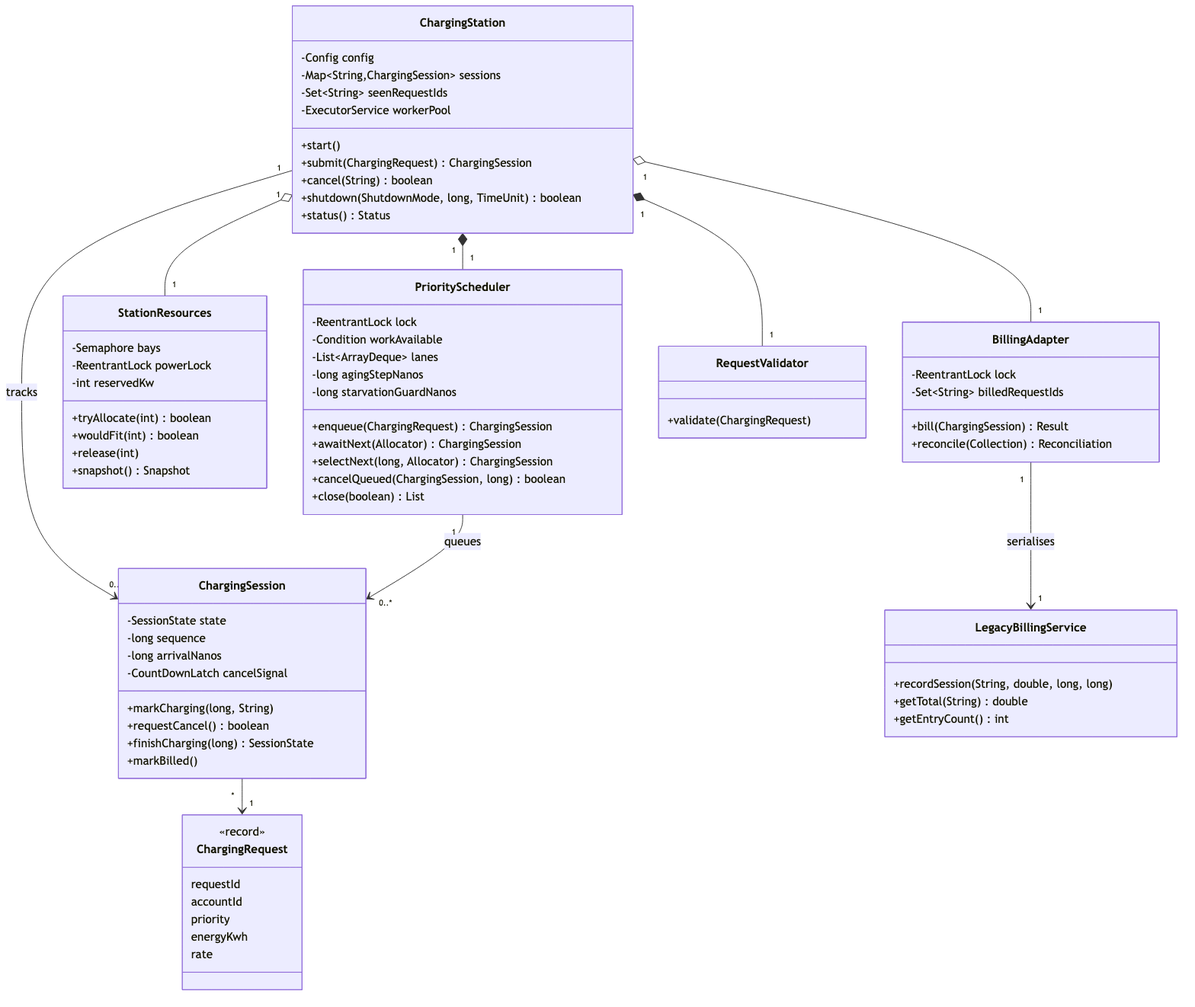
Above: docs/diagrams/class-diagram.png in ruchiranagare09/smartcharge (Mermaid), before the change. Its source is kept beside it as docs/diagrams/class-diagram.mmd.
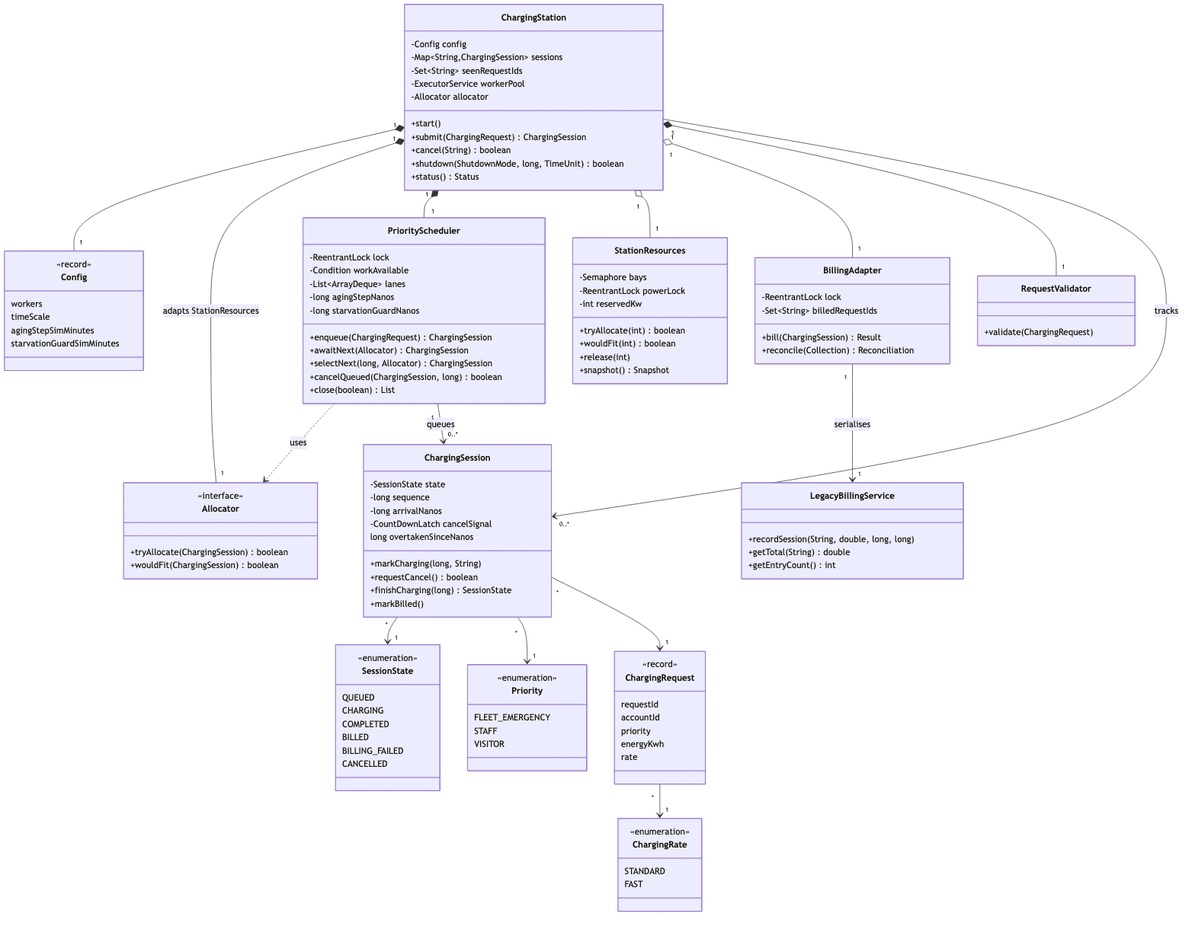
After the commit.

Commit message:
Complete UML models: Allocator/Config/enums in class diagram, cancel and billing-failure paths in sequence, include stereotype; trace contract violations to tests

Diff of the diagram source:
```diff
@@ -4,6 +4,7 @@
       -Map~String,ChargingSession~ sessions
       -Set~String~ seenRequestIds
       -ExecutorService workerPool
+      -Allocator allocator
       +start()
       +submit(ChargingRequest) ChargingSession
       +cancel(String) boolean
@@ -36,6 +37,7 @@
       -long sequence
       -long arrivalNanos
       -CountDownLatch cancelSignal
+      long overtakenSinceNanos
       +markCharging(long, String)
       +requestCancel() boolean
       +finishCharging(long) SessionState
@@ -63,6 +65,44 @@
     class RequestValidator {
       +validate(ChargingRequest)
     }
+    class Allocator {
+      <<interface>>
+      +tryAllocate(ChargingSession) boolean
+      +wouldFit(ChargingSession) boolean
+    }
+    class Config {
+      <<record>>
+      workers
+      timeScale
+      agingStepSimMinutes
+      starvationGuardSimMinutes
+    }
+    class SessionState {
+      <<enumeration>>
+      QUEUED
+      CHARGING
+      COMPLETED
+      BILLED
+      BILLING_FAILED
+      CANCELLED
+    }
+    class Priority {
+      <<enumeration>>
+      FLEET_EMERGENCY
+      STAFF
+      VISITOR
+    }
+    class ChargingRate {
+      <<enumeration>>
+      STANDARD
+      FAST
+    }
+    ChargingStation "1" *-- "1" Config
+    ChargingStation "1" *-- "1" Allocator : adapts StationResources
+    PriorityScheduler ..> Allocator : uses
+    ChargingSession "*" --> "1" SessionState
+    ChargingSession "*" --> "1" Priority
+    ChargingRequest "*" --> "1" ChargingRate
     ChargingStation "1" *-- "1" PriorityScheduler
     ChargingStation "1" o-- "1" StationResources
     ChargingStation "1" o-- "1" BillingAdapter
```
